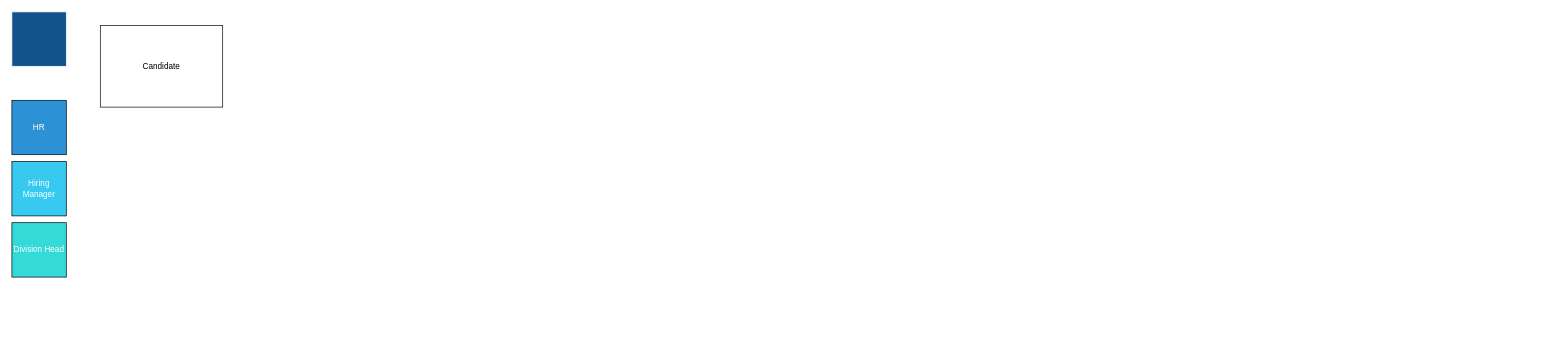
Above: ATS AS IS.drawio in ryanliong/ToDoList (draw.io), before the change. Source tidied: cells renumbered, new cells numbered last; positions are measured from the earlier drawing's top-left corner, leaving out a move shared by most shapes. Both pictures are drawn from the tidied source at 68%, with x=0, y=0 at pixel (12, 12).
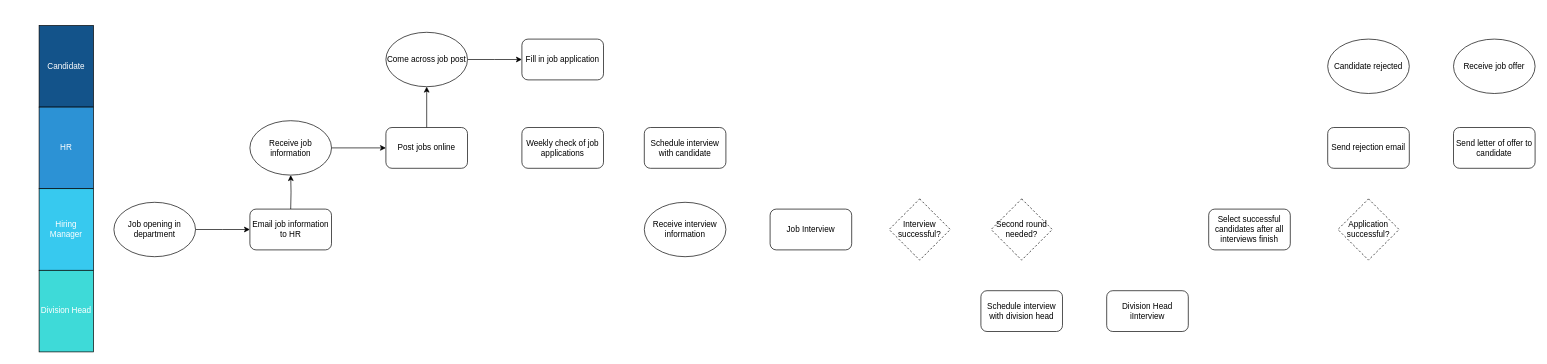
Above is the later version.

The edit, as a diff of the source:
```diff
@@
-    <mxCell id="2" style="whiteSpace=wrap;html=1;fillColor=#13538A;strokeColor=#FFFFFF;" parent="1" vertex="1">
-      <mxGeometry width="80" height="80" as="geometry" />
-    </mxCell>
+    <mxCell id="6" value="&lt;font color=&quot;#ffffff&quot;&gt;Candidate&lt;/font&gt;" style="rounded=0;whiteSpace=wrap;html=1;direction=south;fillColor=#13538A;" parent="1" vertex="1">
+      <mxGeometry x="40" y="20" width="80" height="120" as="geometry" />
+    </mxCell>
-    <mxCell id="3" value="&lt;font color=&quot;#ffffff&quot;&gt;HR&lt;/font&gt;" style="whiteSpace=wrap;html=1;fillColor=#2c92D5;" parent="1" vertex="1">
-      <mxGeometry y="130" width="80" height="80" as="geometry" />
+    <mxCell id="3" value="&lt;font color=&quot;#ffffff&quot;&gt;HR&lt;/font&gt;" style="rounded=0;whiteSpace=wrap;html=1;direction=south;fillColor=#2C92D5;" parent="1" vertex="1">
+      <mxGeometry x="40" y="140" width="80" height="120" as="geometry" />
     </mxCell>
-    <mxCell id="4" value="&lt;font color=&quot;#ffffff&quot;&gt;Hiring Manager&lt;/font&gt;" style="whiteSpace=wrap;html=1;fillColor=#37C9EF;" parent="1" vertex="1">
-      <mxGeometry y="220" width="80" height="80" as="geometry" />
+    <mxCell id="4" value="&lt;font color=&quot;#ffffff&quot;&gt;Hiring Manager&lt;/font&gt;" style="rounded=0;whiteSpace=wrap;html=1;direction=south;fillColor=#37C9EF;" parent="1" vertex="1">
+      <mxGeometry x="40" y="260" width="80" height="120" as="geometry" />
     </mxCell>
-    <mxCell id="5" value="&lt;font color=&quot;#ffffff&quot;&gt;Division Head&lt;/font&gt;" style="whiteSpace=wrap;html=1;fillColor=#33dad8;" parent="1" vertex="1">
-      <mxGeometry y="310" width="80" height="80" as="geometry" />
+    <mxCell id="5" value="&lt;font color=&quot;#ffffff&quot;&gt;Division Head&lt;/font&gt;" style="rounded=0;whiteSpace=wrap;html=1;direction=south;fillColor=#3EDAD8;" parent="1" vertex="1">
+      <mxGeometry x="40" y="380" width="80" height="120" as="geometry" />
     </mxCell>
-    <mxCell id="6" value="Candidate" style="rounded=0;whiteSpace=wrap;html=1;direction=south;" parent="1" vertex="1">
-      <mxGeometry x="130" y="20" width="180" height="120" as="geometry" />
-    </mxCell>
+    <mxCell id="7" style="edgeStyle=orthogonalEdgeStyle;rounded=0;jettySize=auto;html=1;" parent="1" edge="1" source="8">
+      <mxGeometry relative="1" as="geometry">
+        <mxPoint x="350" y="320" as="targetPoint" />
+      </mxGeometry>
+    </mxCell>
+    <mxCell id="8" value="Job opening in department" style="ellipse;whiteSpace=wrap;html=1;" parent="1" vertex="1">
+      <mxGeometry x="150" y="280" width="120" height="80" as="geometry" />
+    </mxCell>
+    <mxCell id="9" style="edgeStyle=orthogonalEdgeStyle;rounded=0;jettySize=auto;html=1;" parent="1" edge="1" target="11">
+      <mxGeometry relative="1" as="geometry">
+        <mxPoint x="410" y="290" as="sourcePoint" />
+      </mxGeometry>
+    </mxCell>
+    <mxCell id="10" style="edgeStyle=orthogonalEdgeStyle;rounded=0;jettySize=auto;html=1;" parent="1" edge="1" source="11" target="13">
+      <mxGeometry relative="1" as="geometry" />
+    </mxCell>
+    <mxCell id="11" value="Receive job information" style="ellipse;whiteSpace=wrap;html=1;" parent="1" vertex="1">
+      <mxGeometry x="350" y="160" width="120" height="80" as="geometry" />
+    </mxCell>
+    <mxCell id="12" style="edgeStyle=orthogonalEdgeStyle;rounded=0;jettySize=auto;html=1;" parent="1" edge="1" source="13" target="16">
+      <mxGeometry relative="1" as="geometry" />
+    </mxCell>
+    <mxCell id="13" value="Post jobs online" style="rounded=1;whiteSpace=wrap;html=1;" parent="1" vertex="1">
+      <mxGeometry x="550" y="170" width="120" height="60" as="geometry" />
+    </mxCell>
+    <mxCell id="14" value="Email job information to HR" style="rounded=1;whiteSpace=wrap;html=1;" parent="1" vertex="1">
+      <mxGeometry x="350" y="290" width="120" height="60" as="geometry" />
+    </mxCell>
+    <mxCell id="15" style="edgeStyle=orthogonalEdgeStyle;rounded=0;jettySize=auto;html=1;" parent="1" edge="1" source="16">
+      <mxGeometry relative="1" as="geometry">
+        <mxPoint x="750" y="70" as="targetPoint" />
+      </mxGeometry>
+    </mxCell>
+    <mxCell id="16" value="Come across job post" style="ellipse;whiteSpace=wrap;html=1;" parent="1" vertex="1">
+      <mxGeometry x="550" y="30" width="120" height="80" as="geometry" />
+    </mxCell>
+    <mxCell id="17" value="Fill in job application" style="rounded=1;whiteSpace=wrap;html=1;" parent="1" vertex="1">
+      <mxGeometry x="750" y="40" width="120" height="60" as="geometry" />
+    </mxCell>
+    <mxCell id="18" value="Weekly check of job applications" style="rounded=1;whiteSpace=wrap;html=1;" parent="1" vertex="1">
+      <mxGeometry x="750" y="170" width="120" height="60" as="geometry" />
+    </mxCell>
+    <mxCell id="19" value="Schedule interview with candidate" style="rounded=1;whiteSpace=wrap;html=1;" parent="1" vertex="1">
+      <mxGeometry x="930" y="170" width="120" height="60" as="geometry" />
+    </mxCell>
+    <mxCell id="20" value="Receive interview information" style="ellipse;whiteSpace=wrap;html=1;" parent="1" vertex="1">
+      <mxGeometry x="930" y="280" width="120" height="80" as="geometry" />
+    </mxCell>
+    <mxCell id="21" value="Job Interview" style="rounded=1;whiteSpace=wrap;html=1;" parent="1" vertex="1">
+      <mxGeometry x="1115" y="290" width="120" height="60" as="geometry" />
+    </mxCell>
+    <mxCell id="22" value="Interview successful?" style="rhombus;whiteSpace=wrap;html=1;dashed=1;" parent="1" vertex="1">
+      <mxGeometry x="1290" y="275" width="90" height="90" as="geometry" />
+    </mxCell>
+    <mxCell id="23" value="Second round needed?" style="rhombus;whiteSpace=wrap;html=1;dashed=1;" parent="1" vertex="1">
+      <mxGeometry x="1440" y="275" width="90" height="90" as="geometry" />
+    </mxCell>
+    <mxCell id="24" value="Schedule interview with division head" style="rounded=1;whiteSpace=wrap;html=1;" parent="1" vertex="1">
+      <mxGeometry x="1425" y="410" width="120" height="60" as="geometry" />
+    </mxCell>
+    <mxCell id="25" value="Division Head iInterview" style="rounded=1;whiteSpace=wrap;html=1;" parent="1" vertex="1">
+      <mxGeometry x="1610" y="410" width="120" height="60" as="geometry" />
+    </mxCell>
+    <mxCell id="26" value="Select successful candidates after all interviews finish" style="rounded=1;whiteSpace=wrap;html=1;" parent="1" vertex="1">
+      <mxGeometry x="1760" y="290" width="120" height="60" as="geometry" />
+    </mxCell>
+    <mxCell id="27" value="Application successful?" style="rhombus;whiteSpace=wrap;html=1;dashed=1;" parent="1" vertex="1">
+      <mxGeometry x="1950" y="275" width="90" height="90" as="geometry" />
+    </mxCell>
+    <mxCell id="28" value="Send rejection email" style="rounded=1;whiteSpace=wrap;html=1;" parent="1" vertex="1">
+      <mxGeometry x="1935" y="170" width="120" height="60" as="geometry" />
+    </mxCell>
+    <mxCell id="29" value="Send letter of offer to candidate" style="rounded=1;whiteSpace=wrap;html=1;" parent="1" vertex="1">
+      <mxGeometry x="2120" y="170" width="120" height="60" as="geometry" />
+    </mxCell>
+    <mxCell id="30" value="Candidate rejected" style="ellipse;whiteSpace=wrap;html=1;" parent="1" vertex="1">
+      <mxGeometry x="1935" y="40" width="120" height="80" as="geometry" />
+    </mxCell>
+    <mxCell id="31" value="Receive job offer" style="ellipse;whiteSpace=wrap;html=1;" parent="1" vertex="1">
+      <mxGeometry x="2120" y="40" width="120" height="80" as="geometry" />
+    </mxCell>
```
